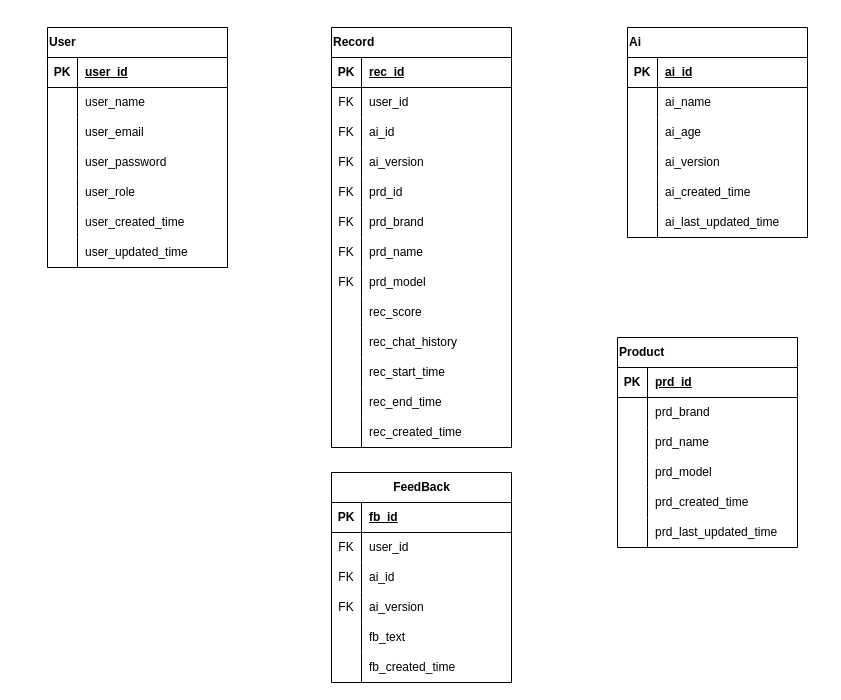
Earlier version of the draw.io diagram diagrams/db_structure.drawio (University-Bangkok-JW/cs497-project). Source tidied: cells renumbered, new cells numbered last; positions are measured from the earlier drawing's top-left corner, leaving out a move shared by most shapes. Both pictures are drawn from the tidied source at 100%, with x=0, y=0 at pixel (47, 27).
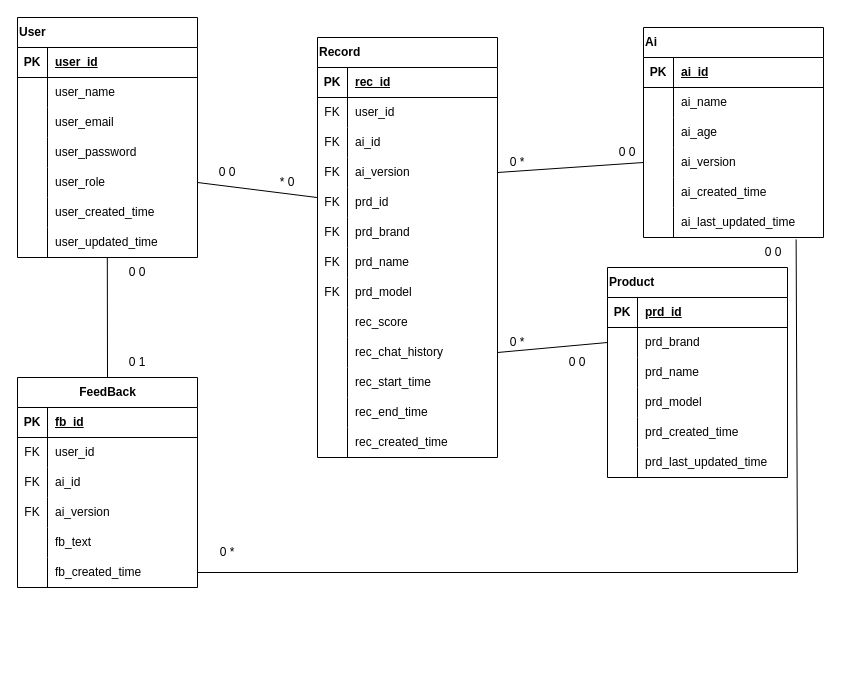
Above is the later version.

Commit message:
Added line for connection

The change refers to these unchanged cells:
```xml
<mxCell id="15" style="shape=tableRow;horizontal=0;startSize=0;swimlaneHead=0;swimlaneBody=0;fillColor=none;points=[[0,0.5],[1,0.5]];portConstraint=eastwest;top=0;left=0;right=0;bottom=0;" parent="2" vertex="1">
  <mxGeometry y="150" width="180" height="30" as="geometry" />
</mxCell>
<mxCell id="21" style="shape=tableRow;horizontal=0;startSize=0;swimlaneHead=0;swimlaneBody=0;fillColor=none;points=[[0,0.5],[1,0.5]];portConstraint=eastwest;top=0;left=0;right=0;bottom=0;" parent="2" vertex="1">
  <mxGeometry y="210" width="180" height="30" as="geometry" />
</mxCell>
<mxCell id="34" style="shape=tableRow;horizontal=0;startSize=0;swimlaneHead=0;swimlaneBody=0;fillColor=none;points=[[0,0.5],[1,0.5]];portConstraint=eastwest;top=0;left=0;right=0;bottom=0;" parent="24" vertex="1">
  <mxGeometry y="120" width="180" height="30" as="geometry" />
</mxCell>
<mxCell id="37" style="shape=tableRow;horizontal=0;startSize=0;swimlaneHead=0;swimlaneBody=0;fillColor=none;points=[[0,0.5],[1,0.5]];portConstraint=eastwest;top=0;left=0;right=0;bottom=0;" parent="24" vertex="1">
  <mxGeometry y="150" width="180" height="30" as="geometry" />
</mxCell>
<mxCell id="52" style="shape=tableRow;horizontal=0;startSize=0;swimlaneHead=0;swimlaneBody=0;fillColor=none;points=[[0,0.5],[1,0.5]];portConstraint=eastwest;top=0;left=0;right=0;bottom=0;" parent="24" vertex="1">
  <mxGeometry y="300" width="180" height="30" as="geometry" />
</mxCell>
<mxCell id="74" style="shape=tableRow;horizontal=0;startSize=0;swimlaneHead=0;swimlaneBody=0;fillColor=none;points=[[0,0.5],[1,0.5]];portConstraint=eastwest;top=0;left=0;right=0;bottom=0;" parent="64" vertex="1">
  <mxGeometry y="120" width="180" height="30" as="geometry" />
</mxCell>
<mxCell id="80" style="shape=tableRow;horizontal=0;startSize=0;swimlaneHead=0;swimlaneBody=0;fillColor=none;points=[[0,0.5],[1,0.5]];portConstraint=eastwest;top=0;left=0;right=0;bottom=0;" parent="64" vertex="1">
  <mxGeometry y="180" width="180" height="30" as="geometry" />
</mxCell>
<mxCell id="99" style="shape=tableRow;horizontal=0;startSize=0;swimlaneHead=0;swimlaneBody=0;fillColor=none;points=[[0,0.5],[1,0.5]];portConstraint=eastwest;top=0;left=0;right=0;bottom=0;" parent="83" vertex="1">
  <mxGeometry y="180" width="180" height="30" as="geometry" />
</mxCell>
<mxCell id="106" style="shape=tableRow;horizontal=0;startSize=0;swimlaneHead=0;swimlaneBody=0;fillColor=none;points=[[0,0.5],[1,0.5]];portConstraint=eastwest;top=0;left=0;right=0;bottom=0;" parent="102" vertex="1">
  <mxGeometry y="60" width="180" height="30" as="geometry" />
</mxCell>
```

What changed in the source:
```diff
@@
     <mxCell id="2" value="User" style="shape=table;startSize=30;childLayout=tableLayout;rowLines=0;fontStyle=1;align=left;html=1;" parent="1" vertex="1">
-      <mxGeometry width="180" height="240" as="geometry" />
+      <mxGeometry x="-30" y="-10" width="180" height="240" as="geometry" />
     </mxCell>
@@
     <mxCell id="24" value="Record" style="shape=table;startSize=30;childLayout=tableLayout;rowLines=0;fontStyle=1;align=left;html=1;" parent="1" vertex="1">
-      <mxGeometry x="284" width="180" height="420" as="geometry" />
+      <mxGeometry x="270" y="10" width="180" height="420" as="geometry" />
     </mxCell>
@@
     <mxCell id="64" value="Ai" style="shape=table;startSize=30;childLayout=tableLayout;rowLines=0;fontStyle=1;align=left;html=1;" parent="1" vertex="1">
-      <mxGeometry x="580" width="180" height="210" as="geometry" />
+      <mxGeometry x="596" width="180" height="210" as="geometry" />
     </mxCell>
@@
     <mxCell id="83" value="FeedBack" style="shape=table;startSize=30;childLayout=tableLayout;rowLines=0;fontStyle=1;align=center;html=1;" parent="1" vertex="1">
-      <mxGeometry x="284" y="445" width="180" height="210" as="geometry" />
+      <mxGeometry x="-30" y="350" width="180" height="210" as="geometry" />
     </mxCell>
@@
     <mxCell id="102" value="Product" style="shape=table;startSize=30;childLayout=tableLayout;rowLines=0;fontStyle=1;align=left;html=1;" parent="1" vertex="1">
-      <mxGeometry x="570" y="310" width="180" height="210" as="geometry" />
+      <mxGeometry x="560" y="240" width="180" height="210" as="geometry" />
     </mxCell>
@@
+    <mxCell id="121" style="endArrow=none;html=1;rounded=0;entryX=-0.003;entryY=0.333;entryDx=0;entryDy=0;entryPerimeter=0;exitX=1;exitY=0.5;exitDx=0;exitDy=0;" parent="1" edge="1" source="15" target="37">
+      <mxGeometry relative="1" as="geometry" />
+    </mxCell>
+    <mxCell id="122" style="endArrow=none;html=1;rounded=0;exitX=1;exitY=0.5;exitDx=0;exitDy=0;entryX=0;entryY=0.5;entryDx=0;entryDy=0;" parent="1" edge="1" source="34" target="74">
+      <mxGeometry relative="1" as="geometry" />
+    </mxCell>
+    <mxCell id="123" style="endArrow=none;html=1;rounded=0;exitX=0.5;exitY=0;exitDx=0;exitDy=0;entryX=0.499;entryY=1.002;entryDx=0;entryDy=0;entryPerimeter=0;" parent="1" edge="1" source="83" target="21">
+      <mxGeometry relative="1" as="geometry" />
+    </mxCell>
+    <mxCell id="124" style="endArrow=none;html=1;rounded=0;entryX=0;entryY=0.5;entryDx=0;entryDy=0;exitX=1;exitY=0.5;exitDx=0;exitDy=0;" parent="1" edge="1" source="52" target="106">
+      <mxGeometry relative="1" as="geometry" />
+    </mxCell>
+    <mxCell id="125" value="0 1" style="text;html=1;align=center;verticalAlign=middle;whiteSpace=wrap;rounded=0;" parent="1" vertex="1">
+      <mxGeometry x="60" y="320" width="60" height="30" as="geometry" />
+    </mxCell>
+    <mxCell id="126" style="endArrow=none;html=1;rounded=0;exitX=1;exitY=0.5;exitDx=0;exitDy=0;entryX=0.848;entryY=1.064;entryDx=0;entryDy=0;entryPerimeter=0;" parent="1" edge="1" source="99" target="80">
+      <mxGeometry relative="1" as="geometry">
+        <Array as="points">
+          <mxPoint x="750" y="545" />
+        </Array>
+      </mxGeometry>
+    </mxCell>
+    <mxCell id="127" value="0 *" style="text;html=1;align=center;verticalAlign=middle;whiteSpace=wrap;rounded=0;" parent="1" vertex="1">
+      <mxGeometry x="150" y="510" width="60" height="30" as="geometry" />
+    </mxCell>
+    <mxCell id="128" value="0 0" style="text;html=1;align=center;verticalAlign=middle;whiteSpace=wrap;rounded=0;" parent="1" vertex="1">
+      <mxGeometry x="60" y="230" width="60" height="30" as="geometry" />
+    </mxCell>
+    <mxCell id="129" value="0 0" style="text;html=1;align=center;verticalAlign=middle;whiteSpace=wrap;rounded=0;" parent="1" vertex="1">
+      <mxGeometry x="150" y="130" width="60" height="30" as="geometry" />
+    </mxCell>
+    <mxCell id="130" value="0 0" style="text;html=1;align=center;verticalAlign=middle;whiteSpace=wrap;rounded=0;" parent="1" vertex="1">
+      <mxGeometry x="696" y="210" width="60" height="30" as="geometry" />
+    </mxCell>
+    <mxCell id="131" value="* 0" style="text;html=1;align=center;verticalAlign=middle;whiteSpace=wrap;rounded=0;" parent="1" vertex="1">
+      <mxGeometry x="210" y="140" width="60" height="30" as="geometry" />
+    </mxCell>
+    <mxCell id="132" value="0 *" style="text;html=1;align=center;verticalAlign=middle;whiteSpace=wrap;rounded=0;" parent="1" vertex="1">
+      <mxGeometry x="440" y="300" width="60" height="30" as="geometry" />
+    </mxCell>
+    <mxCell id="133" value="0 0" style="text;html=1;align=center;verticalAlign=middle;whiteSpace=wrap;rounded=0;" parent="1" vertex="1">
+      <mxGeometry x="500" y="320" width="60" height="30" as="geometry" />
+    </mxCell>
+    <mxCell id="134" value="0 *" style="text;html=1;align=center;verticalAlign=middle;whiteSpace=wrap;rounded=0;" parent="1" vertex="1">
+      <mxGeometry x="440" y="120" width="60" height="30" as="geometry" />
+    </mxCell>
+    <mxCell id="135" value="0 0" style="text;html=1;align=center;verticalAlign=middle;whiteSpace=wrap;rounded=0;" parent="1" vertex="1">
+      <mxGeometry x="550" y="110" width="60" height="30" as="geometry" />
+    </mxCell>
```
